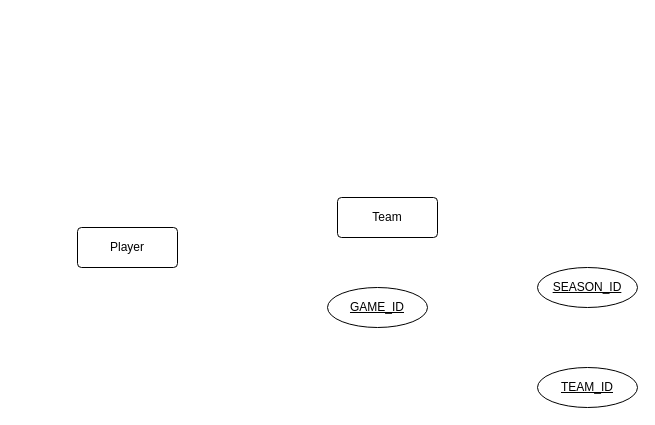
Earlier version of the draw.io diagram designplan.drawio (ldm8760/nba_stats_tracker). Source tidied: cells renumbered, new cells numbered last; positions are measured from the earlier drawing's top-left corner, leaving out a move shared by most shapes. Both pictures are drawn from the tidied source at 100%, with x=0, y=0 at pixel (77, 197).
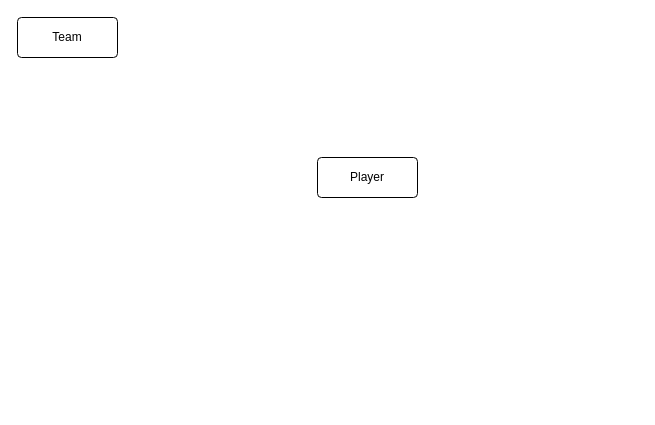
The same diagram, later.

Change to the diagram source:
```diff
@@
 <mxGraphModel>
   <root>
     <mxCell id="0" />
     <mxCell id="1" parent="0" />
     <mxCell id="2" value="Player" style="rounded=1;arcSize=10;whiteSpace=wrap;html=1;align=center;" parent="1" vertex="1">
-      <mxGeometry y="30" width="100" height="40" as="geometry" />
+      <mxGeometry x="240" y="-40" width="100" height="40" as="geometry" />
     </mxCell>
     <mxCell id="3" value="Team" style="rounded=1;arcSize=10;whiteSpace=wrap;html=1;align=center;" parent="1" vertex="1">
-      <mxGeometry x="260" width="100" height="40" as="geometry" />
+      <mxGeometry x="-60" y="-180" width="100" height="40" as="geometry" />
     </mxCell>
-    <mxCell id="4" value="SEASON_ID" style="ellipse;whiteSpace=wrap;html=1;align=center;fontStyle=4;" parent="1" vertex="1">
-      <mxGeometry x="460" y="70" width="100" height="40" as="geometry" />
-    </mxCell>
-    <mxCell id="5" value="GAME_ID" style="ellipse;whiteSpace=wrap;html=1;align=center;fontStyle=4;" parent="1" vertex="1">
-      <mxGeometry x="250" y="90" width="100" height="40" as="geometry" />
-    </mxCell>
-    <mxCell id="6" value="TEAM_ID" style="ellipse;whiteSpace=wrap;html=1;align=center;fontStyle=4;" parent="1" vertex="1">
-      <mxGeometry x="460" y="170" width="100" height="40" as="geometry" />
-    </mxCell>
   </root>
 </mxGraphModel>
```
